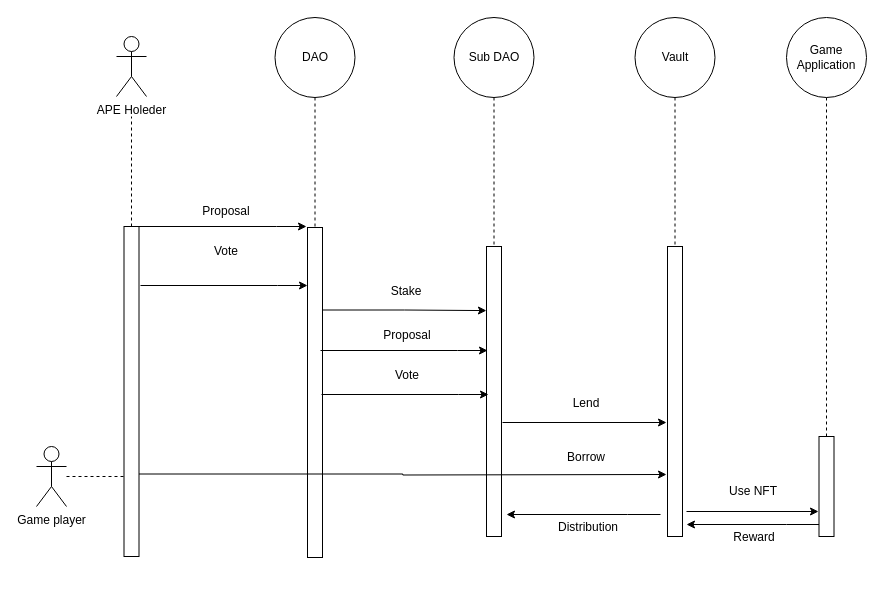
The draw.io diagram ApeAIPstickflow.drawio in ali-05-ahmed/Concept-Diagrams, before the edit. Source tidied: cells renumbered, new cells numbered last; positions are measured from the earlier drawing's top-left corner, leaving out a move shared by most shapes. Both pictures are drawn from the tidied source at 100%, with x=0, y=0 at pixel (36, 17).
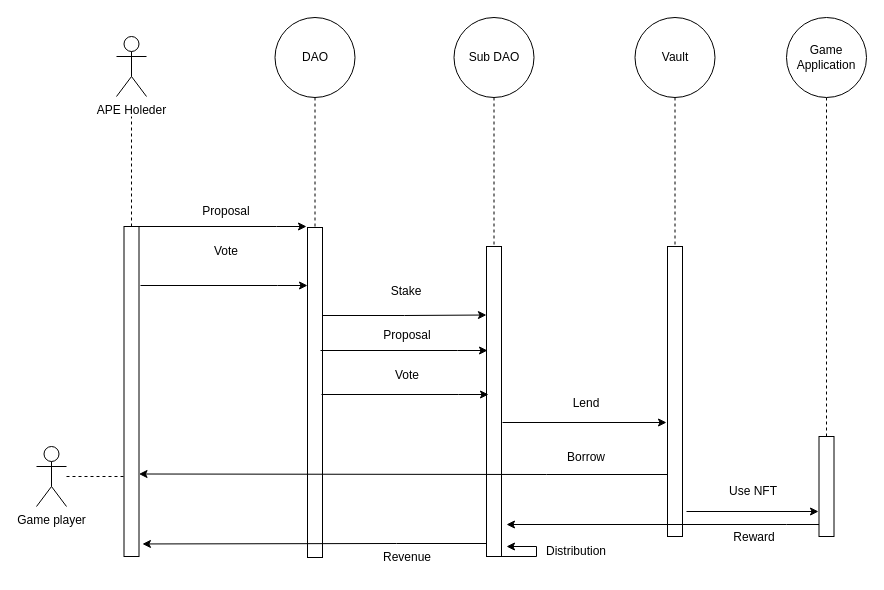
The same diagram, later.

Unchanged cells that the change refers to:
```xml
<mxCell id="4" style="rounded=0;whiteSpace=wrap;html=1;" parent="1" vertex="1">
  <mxGeometry x="87.5" y="209" width="15" height="330" as="geometry" />
</mxCell>
<mxCell id="10" style="rounded=0;whiteSpace=wrap;html=1;" parent="1" vertex="1">
  <mxGeometry x="271" y="210" width="15" height="330" as="geometry" />
</mxCell>
<mxCell id="21" style="rounded=0;whiteSpace=wrap;html=1;" parent="1" vertex="1">
  <mxGeometry x="631" y="229" width="15" height="290" as="geometry" />
</mxCell>
<mxCell id="30" style="rounded=0;whiteSpace=wrap;html=1;" parent="1" vertex="1">
  <mxGeometry x="782.5" y="419" width="15" height="100" as="geometry" />
</mxCell>
```

Change to the diagram source:
```diff
@@
     <mxCell id="5" style="rounded=0;whiteSpace=wrap;html=1;" parent="1" vertex="1">
-      <mxGeometry x="450" y="229" width="15" height="290" as="geometry" />
+      <mxGeometry x="450" y="229" width="15" height="310" as="geometry" />
     </mxCell>
@@
     <mxCell id="13" style="edgeStyle=orthogonalEdgeStyle;rounded=0;jettySize=auto;html=1;exitX=1;exitY=0.25;exitDx=0;exitDy=0;entryX=-0.005;entryY=0.221;entryDx=0;entryDy=0;entryPerimeter=0;" parent="1" edge="1" source="10" target="5">
-      <mxGeometry relative="1" as="geometry" />
+      <mxGeometry relative="1" as="geometry">
+        <Array as="points">
+          <mxPoint x="286" y="298" />
+          <mxPoint x="368" y="298" />
+        </Array>
+      </mxGeometry>
     </mxCell>
@@
+    <mxCell id="39" style="edgeStyle=orthogonalEdgeStyle;rounded=0;jettySize=auto;html=1;entryX=1;entryY=0.75;entryDx=0;entryDy=0;" parent="1" edge="1" source="21" target="4">
+      <mxGeometry relative="1" as="geometry">
+        <Array as="points">
+          <mxPoint x="510" y="457" />
+          <mxPoint x="510" y="457" />
+        </Array>
+      </mxGeometry>
+    </mxCell>
@@
-    <mxCell id="28" style="edgeStyle=orthogonalEdgeStyle;rounded=0;jettySize=auto;html=1;exitX=1;exitY=0.75;exitDx=0;exitDy=0;" parent="1" edge="1" source="4">
-      <mxGeometry relative="1" as="geometry">
-        <mxPoint x="630" y="457" as="targetPoint" />
-      </mxGeometry>
-    </mxCell>
@@
     <mxCell id="35" style="edgeStyle=orthogonalEdgeStyle;rounded=0;jettySize=auto;html=1;" parent="1" edge="1" source="30">
       <mxGeometry relative="1" as="geometry">
-        <mxPoint x="650" y="507" as="targetPoint" />
+        <mxPoint x="470" y="507" as="targetPoint" />
         <Array as="points">
           <mxPoint x="750" y="507" />
           <mxPoint x="750" y="507" />
         </Array>
       </mxGeometry>
     </mxCell>
@@
-    <mxCell id="37" style="edgeStyle=orthogonalEdgeStyle;rounded=0;orthogonalLoop=1;jettySize=auto;html=1;" parent="1" edge="1">
+    <mxCell id="37" style="edgeStyle=orthogonalEdgeStyle;rounded=0;jettySize=auto;html=1;exitX=1;exitY=1;exitDx=0;exitDy=0;" parent="1" edge="1" source="5">
       <mxGeometry relative="1" as="geometry">
-        <mxPoint x="624" y="497" as="sourcePoint" />
-        <mxPoint x="470" y="497" as="targetPoint" />
+        <mxPoint x="470" y="529" as="targetPoint" />
         <Array as="points">
-          <mxPoint x="591" y="497" />
-          <mxPoint x="591" y="497" />
+          <mxPoint x="500" y="539" />
+          <mxPoint x="500" y="529" />
+          <mxPoint x="470" y="529" />
         </Array>
       </mxGeometry>
     </mxCell>
     <mxCell id="38" value="Distribution" style="text;html=1;strokeColor=none;fillColor=none;align=center;verticalAlign=middle;whiteSpace=wrap;rounded=0;" parent="1" vertex="1">
-      <mxGeometry x="522" y="495" width="60" height="30" as="geometry" />
+      <mxGeometry x="510" y="519" width="60" height="30" as="geometry" />
     </mxCell>
+    <mxCell id="40" style="edgeStyle=orthogonalEdgeStyle;rounded=0;jettySize=auto;html=1;entryX=1.229;entryY=0.962;entryDx=0;entryDy=0;entryPerimeter=0;" parent="1" edge="1" source="5" target="4">
+      <mxGeometry relative="1" as="geometry">
+        <Array as="points">
+          <mxPoint x="360" y="526" />
+          <mxPoint x="360" y="526" />
+        </Array>
+      </mxGeometry>
+    </mxCell>
+    <mxCell id="41" value="Revenue" style="text;html=1;strokeColor=none;fillColor=none;align=center;verticalAlign=middle;whiteSpace=wrap;rounded=0;" parent="1" vertex="1">
+      <mxGeometry x="341" y="525" width="60" height="30" as="geometry" />
+    </mxCell>
```
